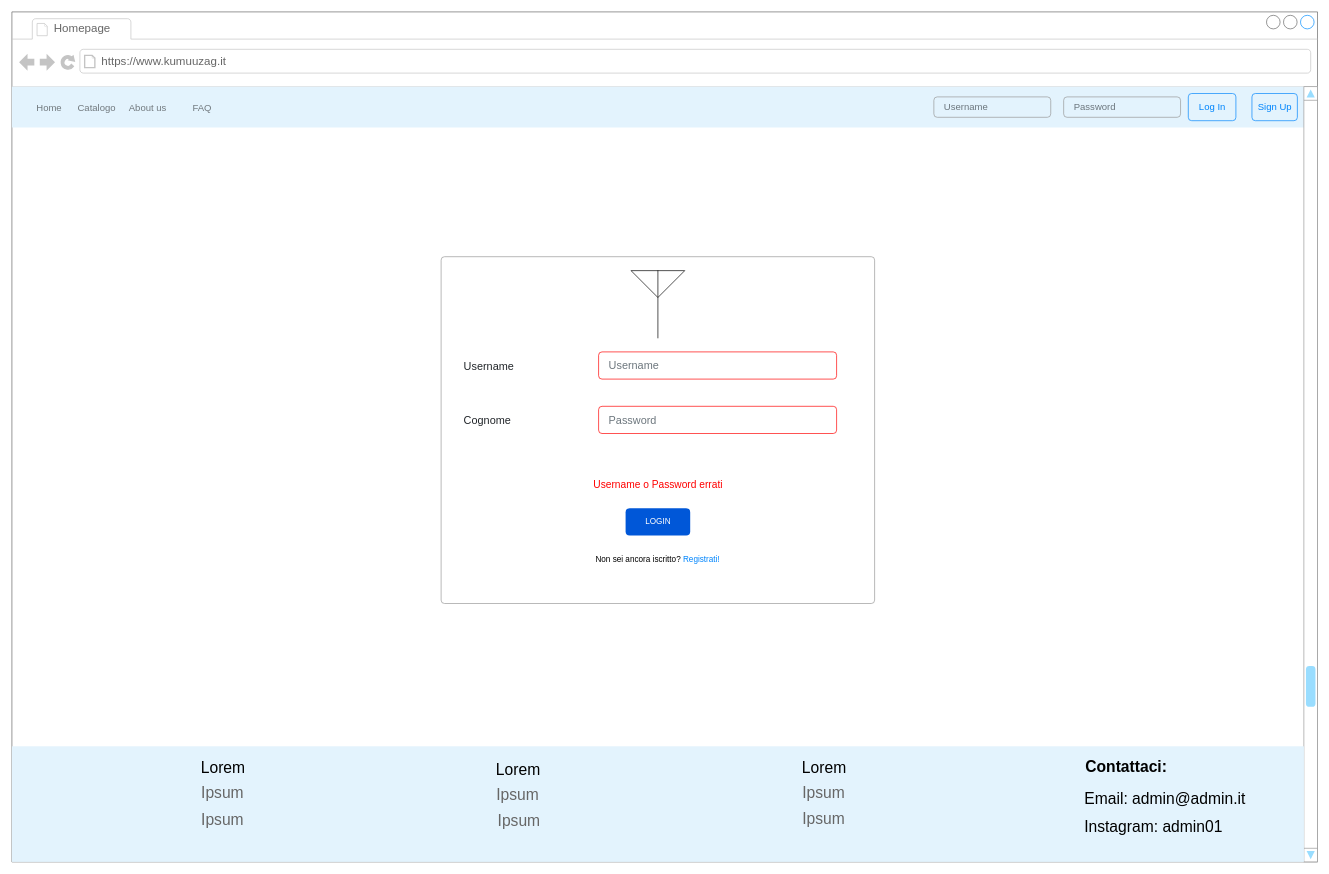
Before: page "Login" (3 of 8) of diagrams/mockup.drawio in begbaj/tecweb, a draw.io diagram. Source tidied: cells renumbered, new cells numbered last; positions are measured from the earlier drawing's top-left corner, leaving out a move shared by most shapes. Both pictures are drawn from the tidied source at 68%, with x=0, y=0 at pixel (12, 12).
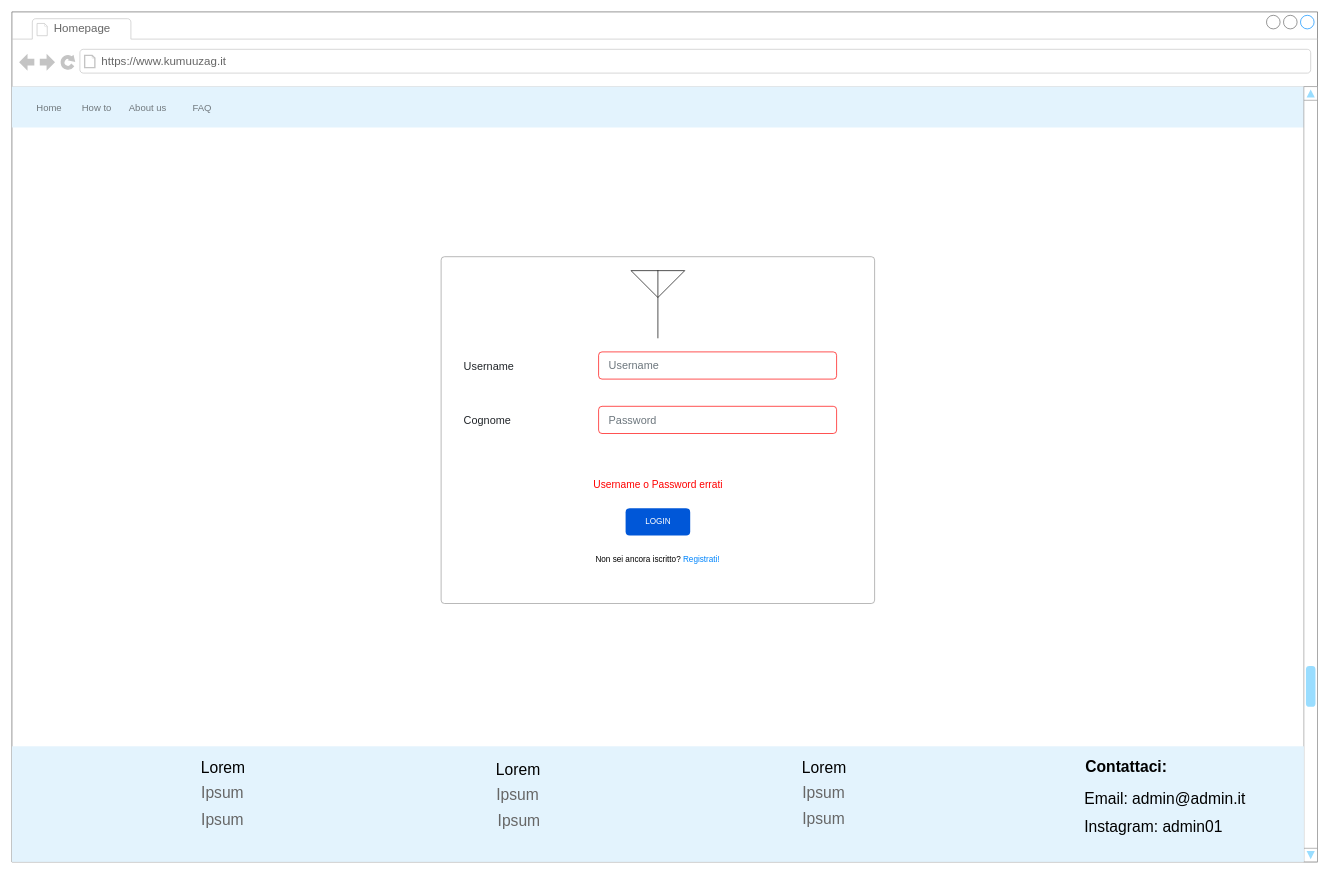
Above is the later version.

The change refers to these unchanged cells:
```xml
<mxCell id="5" style="html=1;shadow=0;dashed=0;fillColor=#E3F3FD;strokeColor=none;fontSize=16;fontColor=#161819;align=left;spacing=15;" parent="2" vertex="1">
  <mxGeometry y="110" width="1900" height="60" as="geometry" />
</mxCell>
```

What changed in the source:
```diff
@@
-    <mxCell id="7" value="Catalogo" style="fillColor=none;strokeColor=none;fontSize=14;fontColor=#71797E;align=center;" parent="5" vertex="1">
+    <mxCell id="7" value="How to" style="fillColor=none;strokeColor=none;fontSize=14;fontColor=#71797E;align=center;" parent="5" vertex="1">
       <mxGeometry width="70" height="40" relative="1" as="geometry">
         <mxPoint x="90" y="10" as="offset" />
       </mxGeometry>
     </mxCell>
@@
-    <mxCell id="10" value="Log In" style="html=1;shadow=0;dashed=0;shape=mxgraph.bootstrap.rrect;rSize=5;fontSize=14;fontColor=#0085FC;strokeColor=#0085FC;fillColor=none;" parent="5" vertex="1">
-      <mxGeometry x="1" width="70" height="40" relative="1" as="geometry">
-        <mxPoint x="-170" y="10" as="offset" />
-      </mxGeometry>
-    </mxCell>
-    <mxCell id="11" value="Sign Up" style="html=1;shadow=0;dashed=0;shape=mxgraph.bootstrap.rrect;rSize=5;fontSize=14;fontColor=#0085FC;strokeColor=#0085FC;fillColor=none;" parent="5" vertex="1">
-      <mxGeometry x="1823.6" y="10" width="66.8" height="40" as="geometry" />
-    </mxCell>
-    <mxCell id="12" value="Password" style="html=1;shadow=0;dashed=0;shape=mxgraph.bootstrap.rrect;rSize=5;fillColor=none;strokeColor=#999999;align=left;spacing=15;fontSize=14;fontColor=#6C767D;" parent="5" vertex="1">
-      <mxGeometry x="1546.7" y="15" width="171.9" height="30" as="geometry" />
-    </mxCell>
-    <mxCell id="13" value="Username" style="html=1;shadow=0;dashed=0;shape=mxgraph.bootstrap.rrect;rSize=5;fillColor=none;strokeColor=#999999;align=left;spacing=15;fontSize=14;fontColor=#6C767D;" parent="5" vertex="1">
-      <mxGeometry x="1355.8" y="15" width="171.9" height="30" as="geometry" />
-    </mxCell>
```
